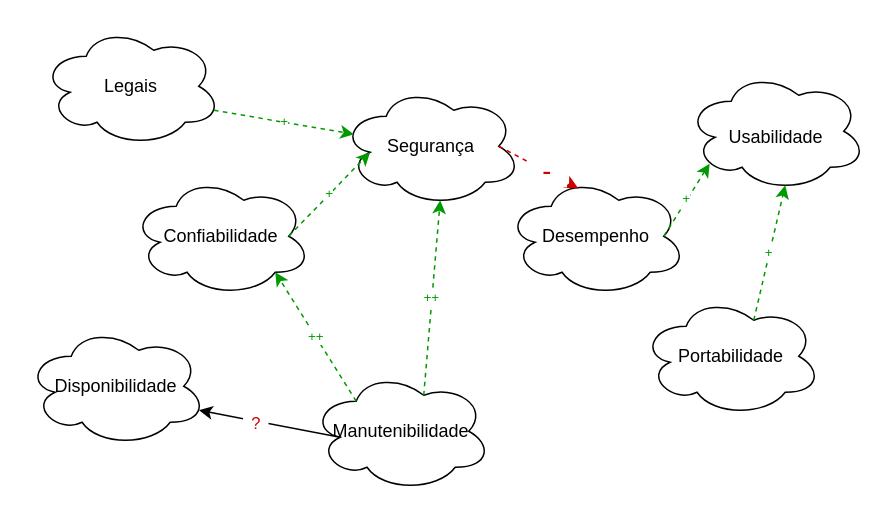
This is docs/assets/drawio/nfr/NFR01.drawio from Requisitos-de-Software/2021.2-MedSUS, a draw.io file, before an edit. Source tidied: cells renumbered, new cells numbered last; positions are measured from the earlier drawing's top-left corner, leaving out a move shared by most shapes. Both pictures are drawn from the tidied source at 150%, with x=0, y=0 at pixel (26, 26).
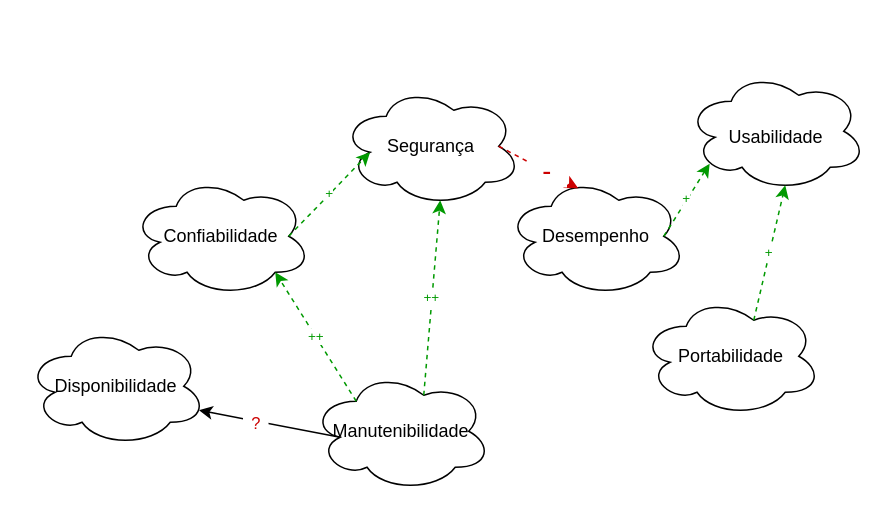
Above is the later version.

Change to the diagram source:
```diff
@@
 <mxGraphModel>
   <root>
     <mxCell id="0" />
     <mxCell id="1" parent="0" />
     <mxCell id="2" value="&lt;font color=&quot;#000000&quot; style=&quot;font-size: 12px&quot;&gt;Usabilidade&lt;/font&gt;" style="ellipse;shape=cloud;whiteSpace=wrap;html=1;imageBorder=none;labelBackgroundColor=none;fontSize=24;fontColor=#007FFF;strokeColor=#000000;fillColor=none;" parent="1" vertex="1">
       <mxGeometry x="440" y="30" width="120" height="80" as="geometry" />
     </mxCell>
     <mxCell id="3" value="Confiabilidade" style="ellipse;shape=cloud;whiteSpace=wrap;html=1;imageBorder=none;labelBackgroundColor=none;fontSize=12;fontColor=#000000;strokeColor=#000000;fillColor=none;" parent="1" vertex="1">
       <mxGeometry x="70" y="100" width="120" height="80" as="geometry" />
     </mxCell>
     <mxCell id="4" value="Desempenho" style="ellipse;shape=cloud;whiteSpace=wrap;html=1;imageBorder=none;labelBackgroundColor=none;fontSize=12;fontColor=#000000;strokeColor=#000000;fillColor=none;" parent="1" vertex="1">
       <mxGeometry x="320" y="100" width="120" height="80" as="geometry" />
     </mxCell>
     <mxCell id="5" value="Segurança" style="ellipse;shape=cloud;whiteSpace=wrap;html=1;imageBorder=none;labelBackgroundColor=none;fontSize=12;fontColor=#000000;strokeColor=#000000;fillColor=none;" parent="1" vertex="1">
       <mxGeometry x="210" y="40" width="120" height="80" as="geometry" />
     </mxCell>
     <mxCell id="6" value="Portabilidade" style="ellipse;shape=cloud;whiteSpace=wrap;html=1;imageBorder=none;labelBackgroundColor=none;fontSize=12;fontColor=#000000;strokeColor=#000000;fillColor=none;" parent="1" vertex="1">
       <mxGeometry x="410" y="180" width="120" height="80" as="geometry" />
     </mxCell>
     <mxCell id="7" value="Disponibilidade" style="ellipse;shape=cloud;whiteSpace=wrap;html=1;imageBorder=none;labelBackgroundColor=none;fontSize=12;fontColor=#000000;strokeColor=#000000;fillColor=none;" parent="1" vertex="1">
       <mxGeometry y="200" width="120" height="80" as="geometry" />
     </mxCell>
-    <mxCell id="8" value="Legais" style="ellipse;shape=cloud;whiteSpace=wrap;html=1;imageBorder=none;labelBackgroundColor=none;fontSize=12;fontColor=#000000;strokeColor=#000000;fillColor=none;" parent="1" vertex="1">
-      <mxGeometry x="10" width="120" height="80" as="geometry" />
-    </mxCell>
     <mxCell id="9" value="&lt;font color=&quot;#009900&quot;&gt;+&lt;/font&gt;" style="endArrow=classic;html=1;rounded=0;fontSize=9;fontColor=#000000;dashed=1;strokeColor=#009900;entryX=0.16;entryY=0.55;entryDx=0;entryDy=0;entryPerimeter=0;exitX=0.875;exitY=0.5;exitDx=0;exitDy=0;exitPerimeter=0;" parent="1" edge="1" source="3" target="5">
       <mxGeometry relative="1" as="geometry" />
     </mxCell>
     <mxCell id="10" value="Manutenibilidade" style="ellipse;shape=cloud;whiteSpace=wrap;html=1;imageBorder=none;labelBackgroundColor=none;fontSize=12;fontColor=#000000;strokeColor=#000000;fillColor=none;" parent="1" vertex="1">
       <mxGeometry x="190" y="230" width="120" height="80" as="geometry" />
     </mxCell>
     <mxCell id="11" value="&lt;font color=&quot;#009900&quot;&gt;+&lt;/font&gt;" style="endArrow=classic;html=1;rounded=0;fontSize=9;fontColor=#000000;dashed=1;strokeColor=#009900;entryX=0.55;entryY=0.95;entryDx=0;entryDy=0;entryPerimeter=0;exitX=0.625;exitY=0.2;exitDx=0;exitDy=0;exitPerimeter=0;" parent="1" edge="1" source="6" target="2">
       <mxGeometry relative="1" as="geometry" />
     </mxCell>
     <mxCell id="12" value="&lt;font style=&quot;font-size: 18px&quot; color=&quot;#cc0000&quot;&gt;&amp;nbsp; -&amp;nbsp;&amp;nbsp;&lt;/font&gt;" style="endArrow=classic;html=1;rounded=0;fontSize=9;fontColor=#000000;dashed=1;strokeColor=#CC0000;entryX=0.4;entryY=0.1;entryDx=0;entryDy=0;entryPerimeter=0;exitX=0.875;exitY=0.5;exitDx=0;exitDy=0;exitPerimeter=0;" parent="1" edge="1" source="5" target="4">
       <mxGeometry x="0.2" relative="1" as="geometry" />
     </mxCell>
     <mxCell id="13" value="&lt;font color=&quot;#009900&quot;&gt;+&lt;/font&gt;" style="endArrow=classic;html=1;rounded=0;fontSize=9;fontColor=#000000;dashed=1;strokeColor=#009900;entryX=0.13;entryY=0.77;entryDx=0;entryDy=0;entryPerimeter=0;exitX=0.875;exitY=0.5;exitDx=0;exitDy=0;exitPerimeter=0;" parent="1" edge="1" source="4" target="2">
       <mxGeometry relative="1" as="geometry" />
     </mxCell>
     <mxCell id="14" value="&lt;font style=&quot;font-size: 18px&quot; color=&quot;#cc0000&quot;&gt;&amp;nbsp;&lt;/font&gt;&lt;font style=&quot;font-size: 11px&quot; color=&quot;#cc0000&quot;&gt;?&lt;/font&gt;&lt;font style=&quot;font-size: 18px&quot; color=&quot;#cc0000&quot;&gt;&amp;nbsp;&lt;/font&gt;" style="endArrow=classic;html=1;rounded=0;fontSize=9;fontColor=#000000;strokeColor=#000000;exitX=0.16;exitY=0.55;exitDx=0;exitDy=0;exitPerimeter=0;entryX=0.96;entryY=0.7;entryDx=0;entryDy=0;entryPerimeter=0;" parent="1" edge="1" source="10" target="7">
       <mxGeometry x="0.2" relative="1" as="geometry" />
     </mxCell>
-    <mxCell id="15" value="&lt;font color=&quot;#009900&quot;&gt;+&lt;/font&gt;" style="endArrow=classic;html=1;rounded=0;fontSize=9;fontColor=#000000;dashed=1;strokeColor=#009900;entryX=0.07;entryY=0.4;entryDx=0;entryDy=0;entryPerimeter=0;exitX=0.96;exitY=0.7;exitDx=0;exitDy=0;exitPerimeter=0;" parent="1" edge="1" source="8" target="5">
-      <mxGeometry relative="1" as="geometry" />
-    </mxCell>
     <mxCell id="16" value="&lt;font color=&quot;#009900&quot;&gt;++&lt;/font&gt;" style="endArrow=classic;html=1;rounded=0;fontSize=9;fontColor=#000000;dashed=1;strokeColor=#009900;exitX=0.625;exitY=0.2;exitDx=0;exitDy=0;exitPerimeter=0;entryX=0.55;entryY=0.95;entryDx=0;entryDy=0;entryPerimeter=0;" parent="1" edge="1" source="10" target="5">
       <mxGeometry relative="1" as="geometry" />
     </mxCell>
     <mxCell id="17" value="&lt;font color=&quot;#009900&quot;&gt;++&lt;/font&gt;" style="endArrow=classic;html=1;rounded=0;fontSize=9;fontColor=#000000;dashed=1;strokeColor=#009900;exitX=0.25;exitY=0.25;exitDx=0;exitDy=0;exitPerimeter=0;entryX=0.8;entryY=0.8;entryDx=0;entryDy=0;entryPerimeter=0;" parent="1" edge="1" source="10" target="3">
       <mxGeometry relative="1" as="geometry" />
     </mxCell>
   </root>
 </mxGraphModel>
```
